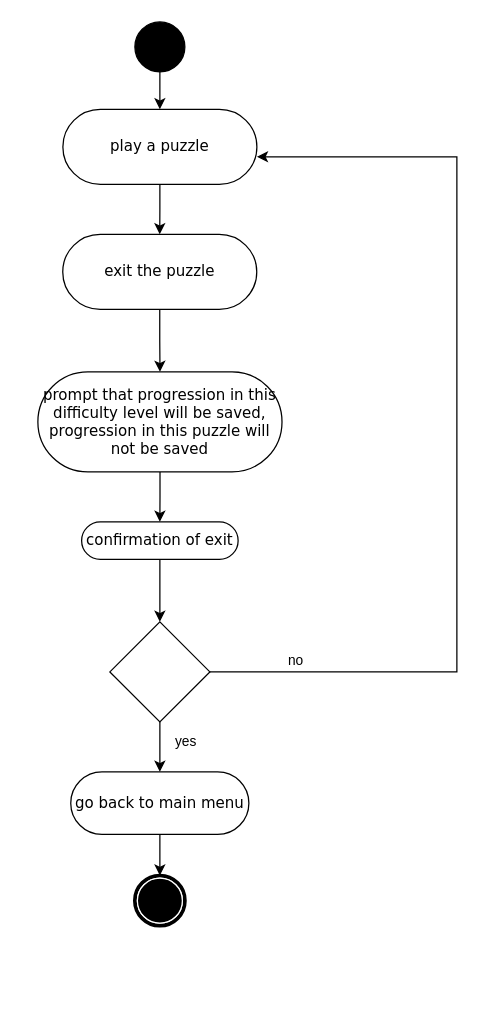
maxinimize/uml keeps this draw.io diagram as exit current puzzle.drawio. Above is the earlier version. Source tidied: cells renumbered, new cells numbered last; positions are measured from the earlier drawing's top-left corner, leaving out a move shared by most shapes. Both pictures are drawn from the tidied source at 125%, with x=0, y=0 at pixel (38, 21).
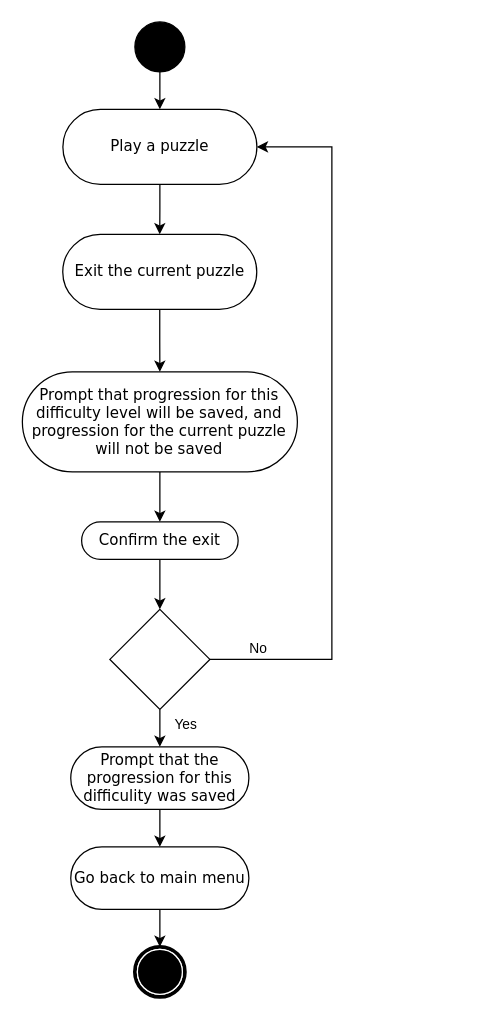
Above is the later version.

The change refers to these unchanged cells:
```xml
<mxCell id="11" style="edgeStyle=orthogonalEdgeStyle;rounded=0;jettySize=auto;html=1;" parent="1" edge="1" source="15" target="3">
  <mxGeometry relative="1" as="geometry" />
</mxCell>
```

What changed in the source:
```diff
@@
-    <mxCell id="2" style="edgeStyle=orthogonalEdgeStyle;rounded=0;jettySize=auto;html=1;" parent="1" edge="1" source="3" target="6">
-      <mxGeometry relative="1" as="geometry" />
-    </mxCell>
+    <mxCell id="20" style="edgeStyle=orthogonalEdgeStyle;rounded=0;jettySize=auto;html=1;" parent="1" edge="1" source="3" target="22">
+      <mxGeometry relative="1" as="geometry" />
+    </mxCell>
-    <mxCell id="3" value="go back to main menu" style="rounded=1;whiteSpace=wrap;html=1;shadow=0;comic=0;labelBackgroundColor=none;strokeWidth=1;fontFamily=Verdana;fontSize=12;align=center;arcSize=50;" parent="1" vertex="1">
-      <mxGeometry x="26.1" y="600" width="142.5" height="50" as="geometry" />
+    <mxCell id="3" value="Prompt that the progression for this difficulity was saved" style="rounded=1;whiteSpace=wrap;html=1;shadow=0;comic=0;labelBackgroundColor=none;strokeWidth=1;fontFamily=Verdana;fontSize=12;align=center;arcSize=50;" parent="1" vertex="1">
+      <mxGeometry x="26.1" y="580" width="142.5" height="50" as="geometry" />
     </mxCell>
@@
     <mxCell id="6" style="shape=mxgraph.bpmn.shape;html=1;verticalLabelPosition=bottom;labelBackgroundColor=#ffffff;verticalAlign=top;perimeter=ellipsePerimeter;outline=end;symbol=terminate;rounded=0;shadow=0;comic=0;strokeWidth=1;fontFamily=Verdana;fontSize=12;align=center;" parent="1" vertex="1">
-      <mxGeometry x="77.4" y="683" width="40" height="40" as="geometry" />
+      <mxGeometry x="77.4" y="740" width="40" height="40" as="geometry" />
     </mxCell>
@@
-    <mxCell id="8" value="play a puzzle" style="rounded=1;whiteSpace=wrap;html=1;shadow=0;comic=0;labelBackgroundColor=none;strokeWidth=1;fontFamily=Verdana;fontSize=12;align=center;arcSize=50;" parent="1" vertex="1">
+    <mxCell id="8" value="Play a puzzle" style="rounded=1;whiteSpace=wrap;html=1;shadow=0;comic=0;labelBackgroundColor=none;strokeWidth=1;fontFamily=Verdana;fontSize=12;align=center;arcSize=50;" parent="1" vertex="1">
       <mxGeometry x="19.8" y="70" width="155.2" height="60" as="geometry" />
     </mxCell>
@@
-    <mxCell id="10" value="exit the puzzle" style="rounded=1;whiteSpace=wrap;html=1;shadow=0;comic=0;labelBackgroundColor=none;strokeWidth=1;fontFamily=Verdana;fontSize=12;align=center;arcSize=50;" parent="1" vertex="1">
+    <mxCell id="10" value="Exit the current puzzle" style="rounded=1;whiteSpace=wrap;html=1;shadow=0;comic=0;labelBackgroundColor=none;strokeWidth=1;fontFamily=Verdana;fontSize=12;align=center;arcSize=50;" parent="1" vertex="1">
       <mxGeometry x="19.7" y="170" width="155.2" height="60" as="geometry" />
     </mxCell>
@@
-    <mxCell id="12" value="yes" style="edgeLabel;html=1;align=center;verticalAlign=middle;" parent="11" vertex="1">
+    <mxCell id="12" value="Yes" style="edgeLabel;html=1;align=center;verticalAlign=middle;" parent="11" vertex="1">
       <mxGeometry x="-0.25" y="1" relative="1" as="geometry">
         <mxPoint x="19" as="offset" />
       </mxGeometry>
     </mxCell>
-    <mxCell id="13" style="edgeStyle=orthogonalEdgeStyle;rounded=0;jettySize=auto;html=1;entryX=1;entryY=0.633;entryDx=0;entryDy=0;entryPerimeter=0;" parent="1" edge="1" source="15" target="8">
+    <mxCell id="13" style="edgeStyle=orthogonalEdgeStyle;rounded=0;jettySize=auto;html=1;entryX=1;entryY=0.5;entryDx=0;entryDy=0;" parent="1" edge="1" source="15" target="8">
       <mxGeometry relative="1" as="geometry">
         <Array as="points">
-          <mxPoint x="335" y="520" />
-          <mxPoint x="335" y="108" />
+          <mxPoint x="235" y="510" />
+          <mxPoint x="235" y="100" />
         </Array>
       </mxGeometry>
     </mxCell>
-    <mxCell id="14" value="no" style="edgeLabel;html=1;align=center;verticalAlign=middle;" parent="13" vertex="1">
+    <mxCell id="14" value="No" style="edgeLabel;html=1;align=center;verticalAlign=middle;" parent="13" vertex="1">
       <mxGeometry x="-0.86" y="4" relative="1" as="geometry">
-        <mxPoint x="14" y="-6" as="offset" />
+        <mxPoint x="-2" y="-6" as="offset" />
       </mxGeometry>
     </mxCell>
     <mxCell id="15" style="rhombus;whiteSpace=wrap;html=1;" parent="1" vertex="1">
-      <mxGeometry x="57.4" y="480" width="80" height="80" as="geometry" />
+      <mxGeometry x="57.4" y="470" width="80" height="80" as="geometry" />
     </mxCell>
@@
-    <mxCell id="17" value="prompt that progression in this difficulty level will be saved, progression in this puzzle will not be saved" style="rounded=1;whiteSpace=wrap;html=1;shadow=0;comic=0;labelBackgroundColor=none;strokeWidth=1;fontFamily=Verdana;fontSize=12;align=center;arcSize=50;" parent="1" vertex="1">
-      <mxGeometry x="-0.2" y="280" width="195.3" height="80" as="geometry" />
+    <mxCell id="17" value="Prompt that progression for this difficulty level will be saved, and progression for the current puzzle will not be saved" style="rounded=1;whiteSpace=wrap;html=1;shadow=0;comic=0;labelBackgroundColor=none;strokeWidth=1;fontFamily=Verdana;fontSize=12;align=center;arcSize=50;" parent="1" vertex="1">
+      <mxGeometry x="-12.6" y="280" width="220" height="80" as="geometry" />
     </mxCell>
@@
-    <mxCell id="19" value="confirmation of exit" style="rounded=1;whiteSpace=wrap;html=1;shadow=0;comic=0;labelBackgroundColor=none;strokeWidth=1;fontFamily=Verdana;fontSize=12;align=center;arcSize=50;" parent="1" vertex="1">
+    <mxCell id="19" value="Confirm the exit" style="rounded=1;whiteSpace=wrap;html=1;shadow=0;comic=0;labelBackgroundColor=none;strokeWidth=1;fontFamily=Verdana;fontSize=12;align=center;arcSize=50;" parent="1" vertex="1">
       <mxGeometry x="34.8" y="400" width="125.2" height="30" as="geometry" />
     </mxCell>
+    <mxCell id="21" style="edgeStyle=orthogonalEdgeStyle;rounded=0;jettySize=auto;html=1;" parent="1" edge="1" source="22" target="6">
+      <mxGeometry relative="1" as="geometry" />
+    </mxCell>
+    <mxCell id="22" value="Go back to main menu" style="rounded=1;whiteSpace=wrap;html=1;shadow=0;comic=0;labelBackgroundColor=none;strokeWidth=1;fontFamily=Verdana;fontSize=12;align=center;arcSize=50;" parent="1" vertex="1">
+      <mxGeometry x="26.1" y="660" width="142.5" height="50" as="geometry" />
+    </mxCell>
```
